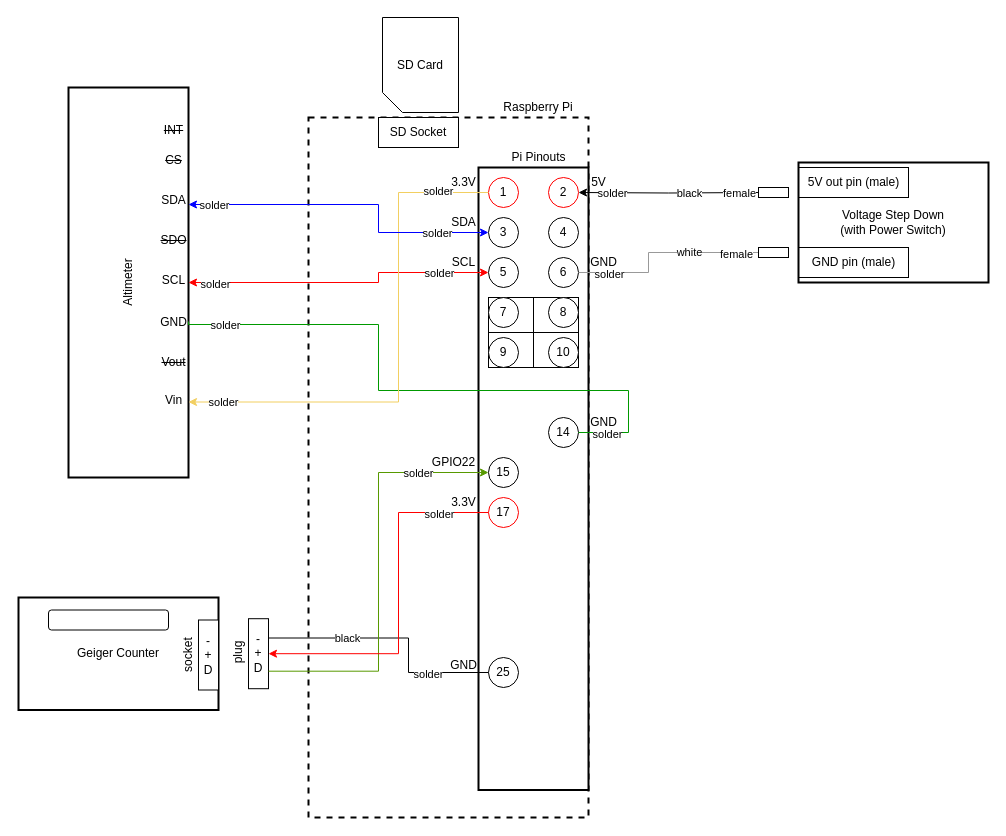
This is AvionicsConnection.drawio from NGC0001/NationalRocketryChampionship23-24, a draw.io file, before an edit. Source tidied: cells renumbered, new cells numbered last; positions are measured from the earlier drawing's top-left corner, leaving out a move shared by most shapes. Both pictures are drawn from the tidied source at 100%, with x=0, y=0 at pixel (18, 17).
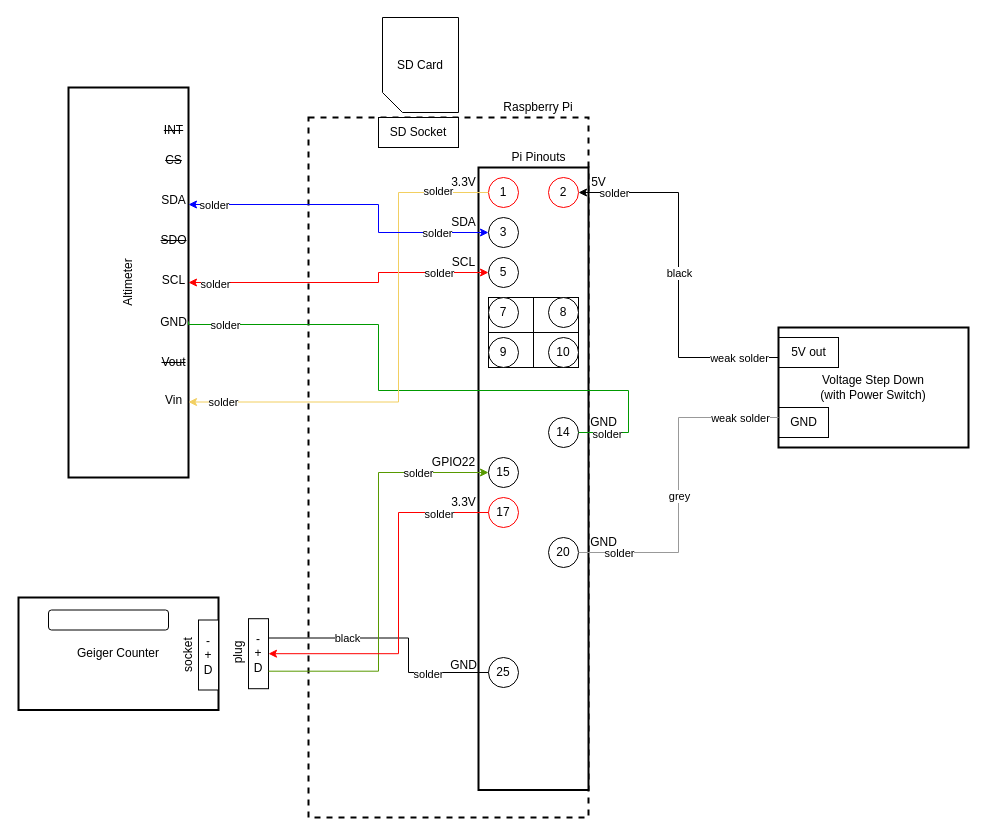
After the change.

Commit message:
update avionics connection diagram

Unchanged cells that the change refers to:
```xml
<mxCell id="7" style="group;" parent="2" vertex="1">
  <mxGeometry x="110" y="40" width="210" height="652.5" as="geometry" />
</mxCell>
<mxCell id="16" style="group;strokeWidth=1;" parent="7" vertex="1">
  <mxGeometry x="60" width="110" height="652.5" as="geometry" />
</mxCell>
<mxCell id="21" value="2" style="ellipse;whiteSpace=wrap;html=1;strokeColor=#FF0000;" parent="16" vertex="1">
  <mxGeometry x="70" y="40" width="30" height="30" as="geometry" />
</mxCell>
<mxCell id="61" value="Voltage Step Down&lt;div&gt;(with Power Switch)&lt;/div&gt;" style="rounded=0;whiteSpace=wrap;html=1;strokeWidth=2;" parent="60" vertex="1">
  <mxGeometry width="190" height="120" as="geometry" />
</mxCell>
<mxCell id="79" style="group;" parent="1" vertex="1">
  <mxGeometry x="630" y="230" width="140" height="25" as="geometry" />
</mxCell>
```

Change to the diagram source:
```diff
@@
     <mxCell id="9" value="GND" style="text;html=1;align=center;verticalAlign=middle;strokeColor=none;fillColor=none;" parent="7" vertex="1">
-      <mxGeometry x="160" y="110" width="50" height="30" as="geometry" />
+      <mxGeometry x="160" y="390" width="50" height="30" as="geometry" />
     </mxCell>
@@
-    <mxCell id="22" value="4" style="ellipse;whiteSpace=wrap;html=1;" parent="16" vertex="1">
-      <mxGeometry x="70" y="80" width="30" height="30" as="geometry" />
-    </mxCell>
-    <mxCell id="23" value="6" style="ellipse;whiteSpace=wrap;html=1;" parent="16" vertex="1">
-      <mxGeometry x="70" y="120" width="30" height="30" as="geometry" />
+    <mxCell id="23" value="20" style="ellipse;whiteSpace=wrap;html=1;" parent="16" vertex="1">
+      <mxGeometry x="70" y="400" width="30" height="30" as="geometry" />
     </mxCell>
@@
     <mxCell id="60" style="group;" parent="1" vertex="1">
-      <mxGeometry x="780" y="145" width="190" height="120" as="geometry" />
+      <mxGeometry x="760" y="310" width="190" height="120" as="geometry" />
     </mxCell>
@@
-    <mxCell id="62" value="5V out pin (male)" style="text;html=1;align=center;verticalAlign=middle;strokeColor=default;fillColor=none;" parent="60" vertex="1">
-      <mxGeometry y="5" width="110" height="30" as="geometry" />
+    <mxCell id="62" value="5V out" style="text;html=1;align=center;verticalAlign=middle;strokeColor=default;fillColor=none;" parent="60" vertex="1">
+      <mxGeometry y="10" width="60" height="30" as="geometry" />
     </mxCell>
-    <mxCell id="63" value="GND pin (male)" style="text;html=1;align=center;verticalAlign=middle;strokeColor=default;fillColor=none;" parent="60" vertex="1">
-      <mxGeometry y="85" width="110" height="30" as="geometry" />
+    <mxCell id="63" value="GND" style="text;html=1;align=center;verticalAlign=middle;strokeColor=default;fillColor=none;" parent="60" vertex="1">
+      <mxGeometry y="80" width="50" height="30" as="geometry" />
     </mxCell>
@@
+    <mxCell id="85" style="group;" parent="1" vertex="1">
+      <mxGeometry x="740" y="170" width="30" height="10" as="geometry" />
+    </mxCell>
+    <mxCell id="91" value="SD Card" style="shape=card;whiteSpace=wrap;html=1;direction=west;flipH=1;size=20;" parent="1" vertex="1">
+      <mxGeometry x="364" width="76" height="95" as="geometry" />
+    </mxCell>
+    <mxCell id="86" style="edgeStyle=orthogonalEdgeStyle;rounded=0;jettySize=auto;html=1;entryX=1;entryY=0.5;entryDx=0;entryDy=0;strokeColor=#000000;endArrow=classic;endFill=1;startArrow=none;startFill=0;exitX=0;exitY=0.25;exitDx=0;exitDy=0;" parent="1" edge="1" source="61" target="21">
+      <mxGeometry relative="1" as="geometry" />
+    </mxCell>
+    <mxCell id="87" value="solder" style="edgeLabel;html=1;align=center;verticalAlign=middle;" parent="86" vertex="1">
+      <mxGeometry x="0.63" relative="1" as="geometry">
+        <mxPoint x="-33" as="offset" />
+      </mxGeometry>
+    </mxCell>
+    <mxCell id="89" value="black" style="edgeLabel;html=1;align=center;verticalAlign=middle;" parent="86" vertex="1">
+      <mxGeometry relative="1" as="geometry">
+        <mxPoint y="-2" as="offset" />
+      </mxGeometry>
+    </mxCell>
+    <mxCell id="92" value="weak solder" style="edgeLabel;html=1;align=center;verticalAlign=middle;" parent="86" vertex="1">
+      <mxGeometry x="-0.84" relative="1" as="geometry">
+        <mxPoint x="-11" as="offset" />
+      </mxGeometry>
+    </mxCell>
-    <mxCell id="80" style="edgeStyle=orthogonalEdgeStyle;rounded=0;jettySize=auto;html=1;exitX=1;exitY=0.5;exitDx=0;exitDy=0;endArrow=none;endFill=0;strokeColor=#999999;" parent="79" edge="1" source="23">
+    <mxCell id="80" style="edgeStyle=orthogonalEdgeStyle;rounded=0;jettySize=auto;html=1;exitX=1;exitY=0.5;exitDx=0;exitDy=0;endArrow=none;endFill=0;strokeColor=#999999;entryX=0;entryY=0.75;entryDx=0;entryDy=0;" parent="1" edge="1" source="23" target="61">
       <mxGeometry relative="1" as="geometry">
-        <mxPoint x="110" y="5" as="targetPoint" />
         <Array as="points">
-          <mxPoint y="25" />
-          <mxPoint y="5" />
+          <mxPoint x="660" y="535" />
+          <mxPoint x="660" y="400" />
         </Array>
       </mxGeometry>
     </mxCell>
     <mxCell id="81" value="solder" style="edgeLabel;html=1;align=center;verticalAlign=middle;" parent="80" vertex="1">
       <mxGeometry x="-0.6" relative="1" as="geometry">
-        <mxPoint x="-10" y="1" as="offset" />
+        <mxPoint x="-27" as="offset" />
       </mxGeometry>
     </mxCell>
-    <mxCell id="82" value="female" style="edgeLabel;html=1;align=center;verticalAlign=middle;" parent="80" vertex="1">
-      <mxGeometry x="0.77" y="-1" relative="1" as="geometry" />
-    </mxCell>
-    <mxCell id="83" value="white" style="edgeLabel;html=1;align=center;verticalAlign=middle;" parent="80" vertex="1">
+    <mxCell id="83" value="grey" style="edgeLabel;html=1;align=center;verticalAlign=middle;" parent="80" vertex="1">
       <mxGeometry x="0.11" y="2" relative="1" as="geometry">
-        <mxPoint x="19" y="1" as="offset" />
+        <mxPoint x="2" y="29" as="offset" />
       </mxGeometry>
     </mxCell>
-    <mxCell id="84" style="rounded=0;whiteSpace=wrap;html=1;" parent="79" vertex="1">
-      <mxGeometry x="110" width="30" height="10" as="geometry" />
-    </mxCell>
-    <mxCell id="85" style="group;" parent="1" vertex="1">
-      <mxGeometry x="740" y="170" width="30" height="10" as="geometry" />
-    </mxCell>
-    <mxCell id="86" style="edgeStyle=orthogonalEdgeStyle;rounded=0;jettySize=auto;html=1;entryX=1;entryY=0.5;entryDx=0;entryDy=0;strokeColor=#000000;endArrow=classic;endFill=1;startArrow=none;startFill=0;" parent="85" edge="1" target="21">
-      <mxGeometry relative="1" as="geometry">
-        <mxPoint y="5" as="sourcePoint" />
-      </mxGeometry>
-    </mxCell>
-    <mxCell id="87" value="solder" style="edgeLabel;html=1;align=center;verticalAlign=middle;" parent="86" vertex="1">
-      <mxGeometry x="0.63" relative="1" as="geometry" />
-    </mxCell>
-    <mxCell id="88" value="female" style="edgeLabel;html=1;align=center;verticalAlign=middle;" parent="86" vertex="1">
-      <mxGeometry x="-0.78" relative="1" as="geometry" />
-    </mxCell>
-    <mxCell id="89" value="black" style="edgeLabel;html=1;align=center;verticalAlign=middle;" parent="86" vertex="1">
-      <mxGeometry relative="1" as="geometry">
-        <mxPoint x="20" as="offset" />
-      </mxGeometry>
-    </mxCell>
-    <mxCell id="90" style="rounded=0;whiteSpace=wrap;html=1;" parent="85" vertex="1">
-      <mxGeometry width="30" height="10" as="geometry" />
-    </mxCell>
-    <mxCell id="91" value="SD Card" style="shape=card;whiteSpace=wrap;html=1;direction=west;flipH=1;size=20;" parent="1" vertex="1">
-      <mxGeometry x="364" width="76" height="95" as="geometry" />
-    </mxCell>
+    <mxCell id="93" value="weak solder" style="edgeLabel;html=1;align=center;verticalAlign=middle;" parent="80" vertex="1">
+      <mxGeometry x="0.8" relative="1" as="geometry">
+        <mxPoint x="-6" as="offset" />
+      </mxGeometry>
+    </mxCell>
```
